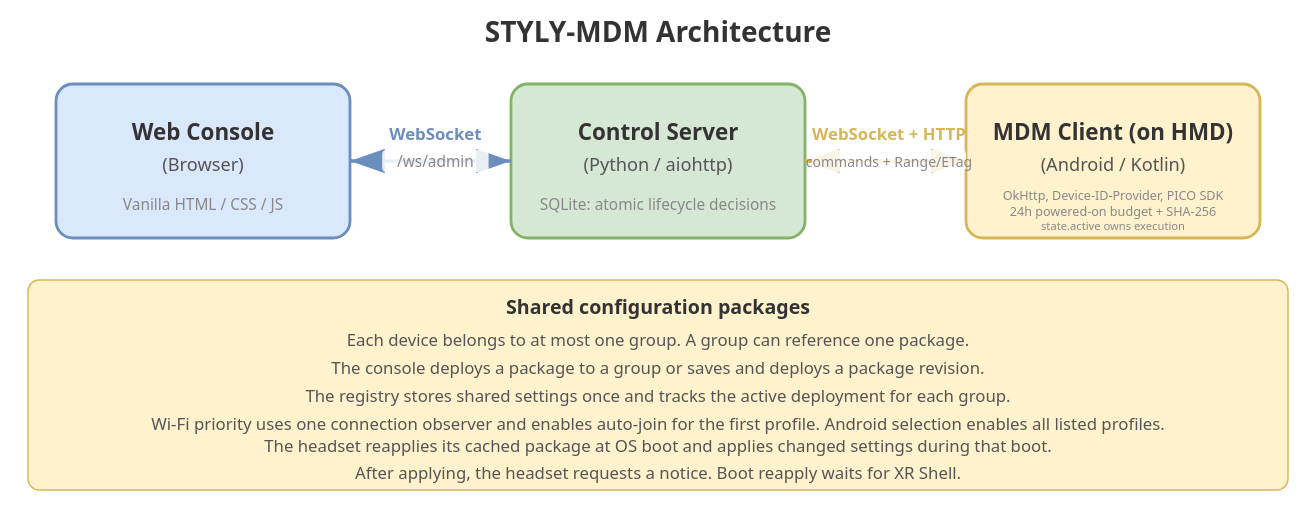
The draw.io diagram docs/architecture.drawio.svg in styly-dev/STYLY-MDM, before a commit. Source tidied: cells renumbered, new cells last; positions are measured from the earlier drawing's top-left corner, leaving out a move shared by most shapes.
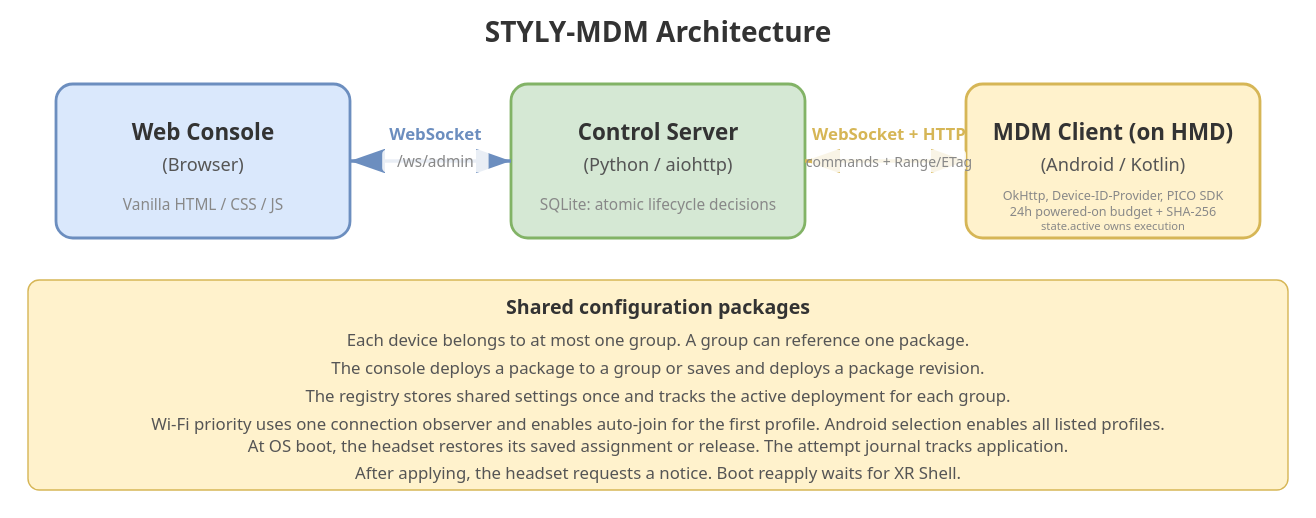
After the commit.

The edit, as a diff of the source:
```diff
@@ -44,7 +44,7 @@
     <mxCell id="15" value="&lt;font style=&quot;font-size:16px&quot;&gt;&lt;b&gt;STYLY-MDM Architecture&lt;/b&gt;&lt;/font&gt;" style="text;html=1;align=center;verticalAlign=middle;" parent="1" vertex="1">
       <mxGeometry x="330" width="240" height="40" as="geometry" />
     </mxCell>
-    <mxCell id="16" value="&lt;b&gt;Shared configuration packages&lt;/b&gt;&lt;br&gt;Each device belongs to at most one group. A group can reference one package.&lt;br&gt;The console deploys a package to a group or saves and deploys a package revision.&lt;br&gt;The registry stores shared settings once and tracks the active deployment for each group.&lt;br&gt;Wi-Fi priority uses one connection observer and enables auto-join for the first profile. Android selection enables all listed profiles.&lt;br&gt;The headset reapplies its cached package at OS boot and applies changed settings during that boot.&lt;br&gt;After applying, the headset requests a notice. Boot reapply waits for XR Shell." style="rounded=1;whiteSpace=wrap;html=1;fillColor=#fff2cc;strokeColor=#d6b656;fontSize=12;align=center;" parent="1" vertex="1">
+    <mxCell id="16" value="&lt;b&gt;Shared configuration packages&lt;/b&gt;&lt;br&gt;Each device belongs to at most one group. A group can reference one package.&lt;br&gt;The console deploys a package to a group or saves and deploys a package revision.&lt;br&gt;The registry stores shared settings once and tracks the active deployment for each group.&lt;br&gt;Wi-Fi priority uses one connection observer and enables auto-join for the first profile. Android selection enables all listed profiles.&lt;br&gt;At OS boot, the headset restores its saved assignment or release. The attempt journal tracks application.&lt;br&gt;After applying, the headset requests a notice. Boot reapply waits for XR Shell." style="rounded=1;whiteSpace=wrap;html=1;fillColor=#fff2cc;strokeColor=#d6b656;fontSize=12;align=center;" parent="1" vertex="1">
       <mxGeometry y="180" width="900" height="150" as="geometry" />
     </mxCell>
   </root>
```
